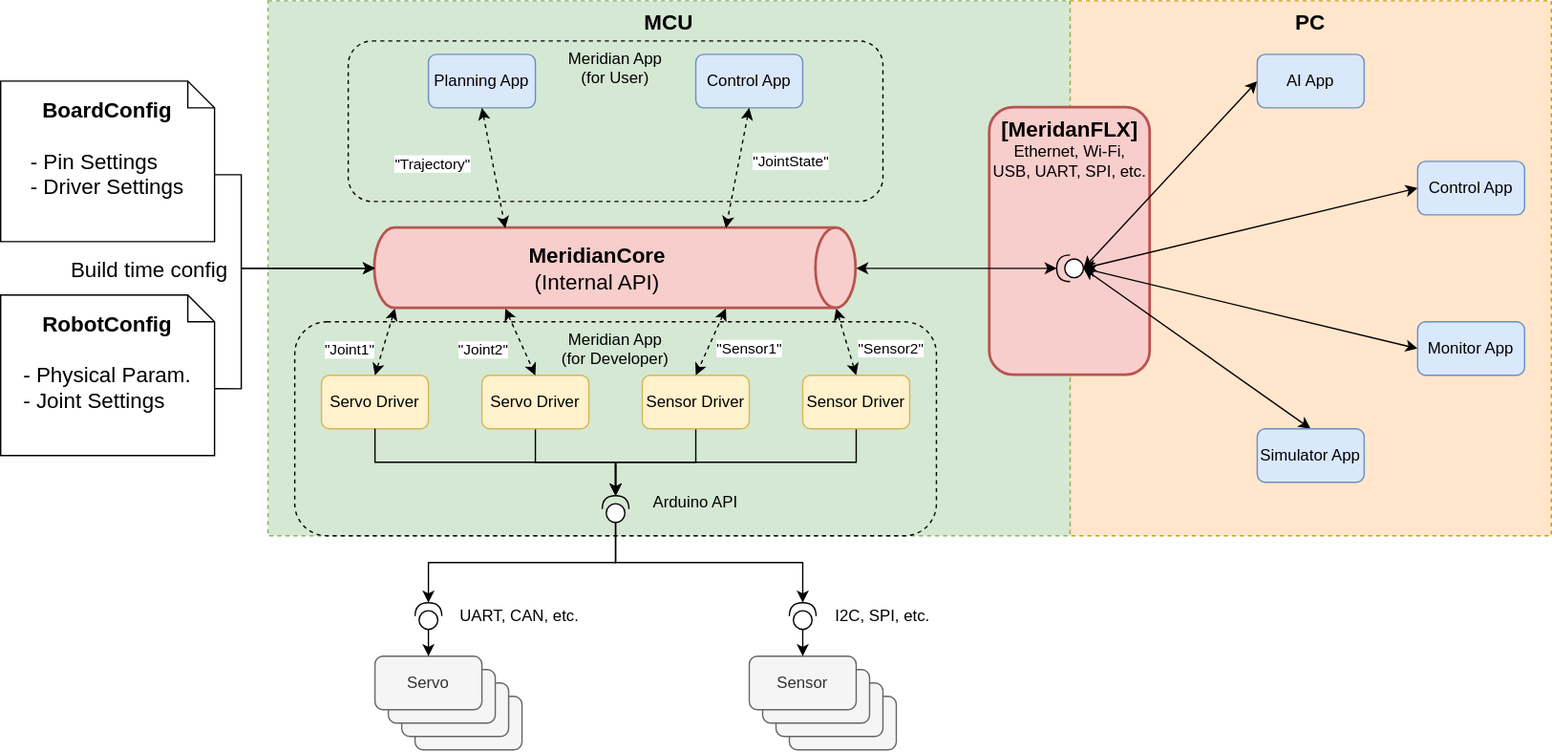
Before: docs/design/images/MeridanFLX-Communication.drawio.svg, a diagram exported from draw.io (meridian-oss/MeridianFLX). Source tidied: cells renumbered, new cells last; positions are measured from the earlier drawing's top-left corner, leaving out a move shared by most shapes.
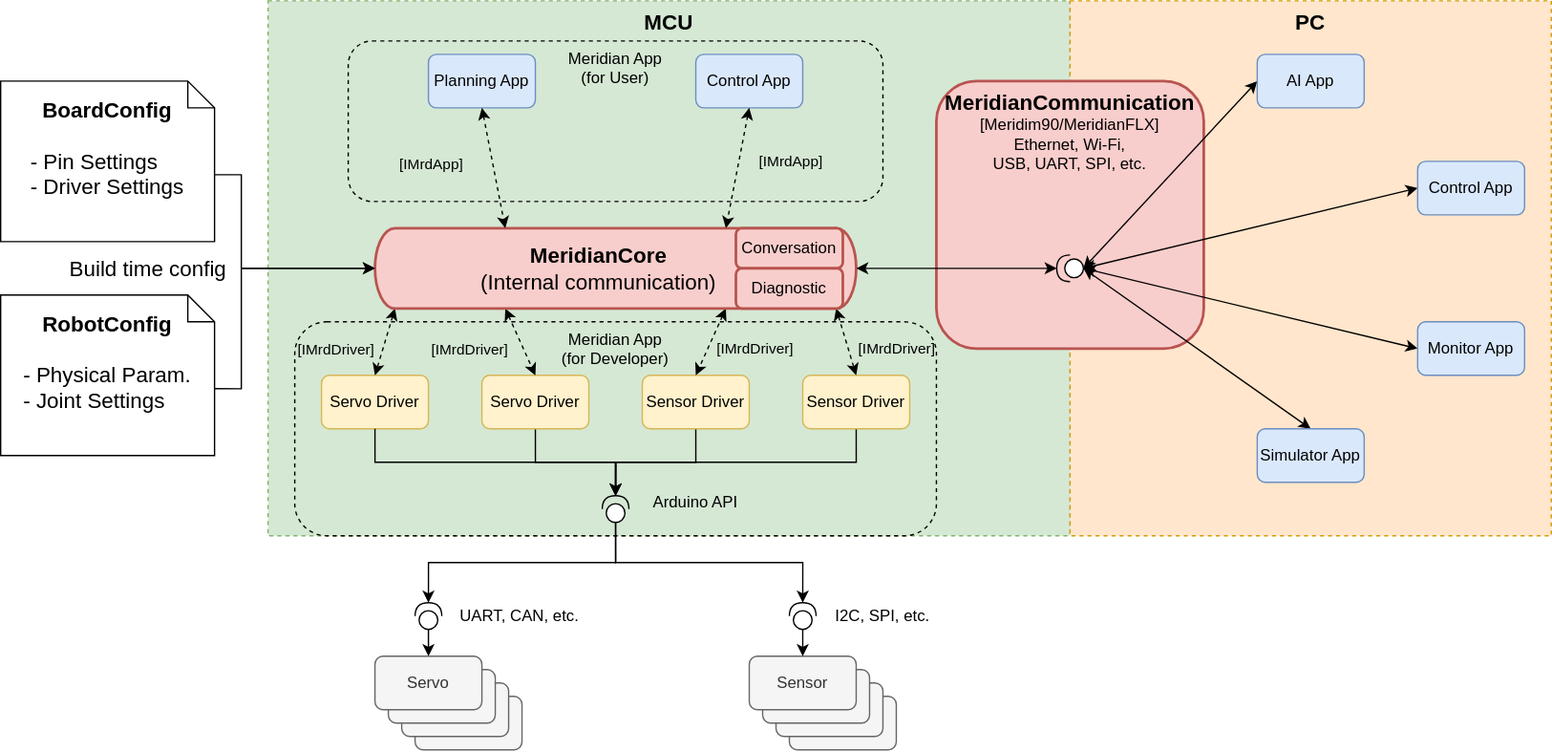
Later version of the same file.

Change to the diagram source:
```diff
@@ -2,14 +2,20 @@
   <root>
     <mxCell id="0" />
     <mxCell id="1" parent="0" />
+    <mxCell id="3" value="MCU" style="rounded=0;whiteSpace=wrap;html=1;align=center;verticalAlign=top;fillColor=#d5e8d4;dashed=1;strokeColor=#82b366;fontSize=16;fontStyle=1;" parent="1" vertex="1">
+      <mxGeometry x="200" width="600" height="400" as="geometry" />
+    </mxCell>
+    <mxCell id="58" value="Meridian App&lt;br&gt;(for Developer)" style="rounded=1;whiteSpace=wrap;html=1;fillColor=none;dashed=1;verticalAlign=top;" parent="1" vertex="1">
+      <mxGeometry x="220" y="240" width="480" height="160" as="geometry" />
+    </mxCell>
+    <mxCell id="57" value="Meridian App&lt;br&gt;(for User)" style="rounded=1;whiteSpace=wrap;html=1;fillColor=none;dashed=1;verticalAlign=top;" parent="1" vertex="1">
+      <mxGeometry x="260" y="30" width="400" height="120" as="geometry" />
+    </mxCell>
     <mxCell id="2" value="PC" style="rounded=0;whiteSpace=wrap;html=1;align=center;verticalAlign=top;fillColor=#ffe6cc;dashed=1;strokeColor=#d79b00;fontSize=16;fontStyle=1;" parent="1" vertex="1">
       <mxGeometry x="800" width="360" height="400" as="geometry" />
     </mxCell>
-    <mxCell id="3" value="MCU" style="rounded=0;whiteSpace=wrap;html=1;align=center;verticalAlign=top;fillColor=#d5e8d4;dashed=1;strokeColor=#82b366;fontSize=16;fontStyle=1;" parent="1" vertex="1">
-      <mxGeometry x="200" width="600" height="400" as="geometry" />
-    </mxCell>
-    <mxCell id="4" value="&lt;span style=&quot;font-size: 16px; font-weight: 700; text-wrap-mode: nowrap;&quot;&gt;[MeridanFLX]&lt;br&gt;&lt;/span&gt;&lt;span style=&quot;text-wrap-mode: nowrap;&quot;&gt;Ethernet, Wi-Fi,&lt;/span&gt;&lt;div&gt;&lt;span style=&quot;text-wrap-mode: nowrap;&quot;&gt;USB, UART, SPI, etc.&lt;/span&gt;&lt;/div&gt;" style="rounded=1;whiteSpace=wrap;html=1;fillColor=#f8cecc;strokeColor=#b85450;verticalAlign=top;strokeWidth=2;" parent="1" vertex="1">
-      <mxGeometry x="740" y="80" width="120" height="200" as="geometry" />
+    <mxCell id="4" value="&lt;span style=&quot;font-size: 16px; font-weight: 700; text-wrap-mode: nowrap;&quot;&gt;MeridianCommunication&lt;br&gt;&lt;/span&gt;&lt;span style=&quot;text-wrap-mode: nowrap;&quot;&gt;[Meridim90/MeridianFLX]&lt;br&gt;Ethernet, Wi-Fi,&lt;/span&gt;&lt;div&gt;&lt;span style=&quot;text-wrap-mode: nowrap;&quot;&gt;USB, UART, SPI, etc.&lt;/span&gt;&lt;/div&gt;" style="rounded=1;whiteSpace=wrap;html=1;fillColor=#f8cecc;strokeColor=#b85450;verticalAlign=top;strokeWidth=2;" parent="1" vertex="1">
+      <mxGeometry x="700" y="60" width="200" height="200" as="geometry" />
     </mxCell>
     <mxCell id="5" value="Servo Driver" style="rounded=1;whiteSpace=wrap;html=1;fillColor=#fff2cc;strokeColor=#d6b656;" parent="1" vertex="1">
       <mxGeometry x="240" y="280" width="80" height="40" as="geometry" />
@@ -112,7 +118,7 @@
     <mxCell id="34" value="&lt;span style=&quot;color: rgba(0, 0, 0, 0); font-family: monospace; font-size: 0px; text-align: start; background-color: rgb(236, 236, 236);&quot;&gt;%3CmxGraphModel%3E%3Croot%3E%3CmxCell%20id%3D%220%22%2F%3E%3CmxCell%20id%3D%221%22%20parent%3D%220%22%2F%3E%3CmxCell%20id%3D%222%22%20connectable%3D%220%22%20parent%3D%221%22%20style%3D%22edgeLabel%3Bhtml%3D1%3Balign%3Dcenter%3BverticalAlign%3Dmiddle%3Bresizable%3D0%3Bpoints%3D%5B%5D%3B%22%20value%3D%22%26quot%3BTrajectory%26quot%3B%22%20vertex%3D%221%22%3E%3CmxGeometry%20x%3D%22199.83333333333326%22%20y%3D%22185%22%20as%3D%22geometry%22%2F%3E%3C%2FmxCell%3E%3C%2Froot%3E%3C%2FmxGraphModel%3E&lt;/span&gt;" style="edgeLabel;html=1;align=center;verticalAlign=middle;" parent="33" vertex="1">
       <mxGeometry x="0.17" y="2" relative="1" as="geometry" />
     </mxCell>
-    <mxCell id="35" value="&quot;Joint1&quot;" style="edgeLabel;html=1;align=right;verticalAlign=middle;" parent="33" vertex="1">
+    <mxCell id="35" value="[IMrdDriver]" style="edgeLabel;html=1;align=right;verticalAlign=middle;labelBackgroundColor=none;" parent="33" vertex="1">
       <mxGeometry x="0.31" y="1" relative="1" as="geometry">
         <mxPoint x="-6" y="-3" as="offset" />
       </mxGeometry>
@@ -120,7 +126,7 @@
     <mxCell id="36" style="rounded=0;jettySize=auto;html=1;exitX=1;exitY=0;exitDx=0;exitDy=262.5;exitPerimeter=0;entryX=0.5;entryY=0;entryDx=0;entryDy=0;startArrow=classic;startFill=1;dashed=1;" parent="1" edge="1" source="42" target="12">
       <mxGeometry relative="1" as="geometry" />
     </mxCell>
-    <mxCell id="37" value="&quot;Joint2&quot;" style="edgeLabel;html=1;align=right;verticalAlign=middle;" parent="36" vertex="1">
+    <mxCell id="37" value="[IMrdDriver]" style="edgeLabel;html=1;align=right;verticalAlign=middle;labelBackgroundColor=none;" parent="36" vertex="1">
       <mxGeometry x="0.27" y="-1" relative="1" as="geometry">
         <mxPoint x="-11" y="-2" as="offset" />
       </mxGeometry>
@@ -128,7 +134,7 @@
     <mxCell id="38" style="rounded=0;jettySize=auto;html=1;exitX=1;exitY=0;exitDx=0;exitDy=97.5;exitPerimeter=0;entryX=0.5;entryY=0;entryDx=0;entryDy=0;startArrow=classic;startFill=1;dashed=1;" parent="1" edge="1" source="42" target="7">
       <mxGeometry relative="1" as="geometry" />
     </mxCell>
-    <mxCell id="39" value="&quot;Sensor1&quot;" style="edgeLabel;html=1;align=left;verticalAlign=middle;" parent="38" vertex="1">
+    <mxCell id="39" value="&lt;span style=&quot;text-align: right;&quot;&gt;[IMrdDriver]&lt;/span&gt;" style="edgeLabel;html=1;align=left;verticalAlign=middle;labelBackgroundColor=none;" parent="38" vertex="1">
       <mxGeometry x="0.36" relative="1" as="geometry">
         <mxPoint x="7" y="-4" as="offset" />
       </mxGeometry>
@@ -136,18 +142,18 @@
     <mxCell id="40" style="rounded=0;jettySize=auto;html=1;exitX=1;exitY=0;exitDx=0;exitDy=15;exitPerimeter=0;entryX=0.5;entryY=0;entryDx=0;entryDy=0;startArrow=classic;startFill=1;dashed=1;" parent="1" edge="1" source="42" target="10">
       <mxGeometry relative="1" as="geometry" />
     </mxCell>
-    <mxCell id="41" value="&quot;Sensor2&quot;" style="edgeLabel;html=1;align=left;verticalAlign=middle;" parent="40" vertex="1">
+    <mxCell id="41" value="&lt;span style=&quot;text-align: right;&quot;&gt;[IMrdDriver]&lt;/span&gt;" style="edgeLabel;html=1;align=left;verticalAlign=middle;labelBackgroundColor=none;" parent="40" vertex="1">
       <mxGeometry x="-0.12" y="-2" relative="1" as="geometry">
         <mxPoint x="10" y="7" as="offset" />
       </mxGeometry>
     </mxCell>
-    <mxCell id="42" value="&lt;span style=&quot;text-wrap-mode: nowrap;&quot;&gt;&lt;b&gt;MeridianCore&lt;/b&gt;&lt;/span&gt;&lt;br style=&quot;text-wrap-mode: nowrap;&quot;&gt;&lt;span style=&quot;text-wrap-mode: nowrap;&quot;&gt;(Internal API)&lt;/span&gt;" style="shape=cylinder3;whiteSpace=wrap;html=1;boundedLbl=1;backgroundOutline=1;size=15;rotation=90;horizontal=0;fillColor=#f8cecc;strokeColor=#b85450;fontSize=16;strokeWidth=2;" parent="1" vertex="1">
+    <mxCell id="42" value="&lt;span style=&quot;text-wrap-mode: nowrap;&quot;&gt;&lt;b&gt;MeridianCore&lt;/b&gt;&lt;/span&gt;&lt;br style=&quot;text-wrap-mode: nowrap;&quot;&gt;&lt;span style=&quot;text-wrap-mode: nowrap;&quot;&gt;(Internal communication)&lt;/span&gt;" style="shape=cylinder3;whiteSpace=wrap;html=1;boundedLbl=1;backgroundOutline=1;size=15;rotation=90;horizontal=0;fillColor=#f8cecc;strokeColor=#b85450;fontSize=16;strokeWidth=2;align=center;" parent="1" vertex="1">
       <mxGeometry x="430" y="20" width="60" height="360" as="geometry" />
     </mxCell>
     <mxCell id="43" style="rounded=0;jettySize=auto;html=1;exitX=0.5;exitY=1;exitDx=0;exitDy=0;entryX=0;entryY=0;entryDx=0;entryDy=262.5;entryPerimeter=0;startArrow=classic;startFill=1;dashed=1;" parent="1" edge="1" source="13" target="42">
       <mxGeometry relative="1" as="geometry" />
     </mxCell>
-    <mxCell id="44" value="&quot;Trajectory&quot;" style="edgeLabel;html=1;align=center;verticalAlign=middle;" parent="43" vertex="1">
+    <mxCell id="44" value="[IMrdApp]" style="edgeLabel;html=1;align=center;verticalAlign=middle;labelBackgroundColor=none;" parent="43" vertex="1">
       <mxGeometry x="-0.08" relative="1" as="geometry">
         <mxPoint x="-46" as="offset" />
       </mxGeometry>
@@ -155,7 +161,7 @@
     <mxCell id="45" style="rounded=0;jettySize=auto;html=1;exitX=0.5;exitY=1;exitDx=0;exitDy=0;entryX=0;entryY=0;entryDx=0;entryDy=97.5;entryPerimeter=0;startArrow=classic;startFill=1;dashed=1;" parent="1" edge="1" source="8" target="42">
       <mxGeometry relative="1" as="geometry" />
     </mxCell>
-    <mxCell id="46" value="&quot;JointState&quot;" style="edgeLabel;html=1;align=center;verticalAlign=middle;" parent="45" vertex="1">
+    <mxCell id="46" value="[IMrdApp]" style="edgeLabel;html=1;align=center;verticalAlign=middle;labelBackgroundColor=none;" parent="45" vertex="1">
       <mxGeometry x="-0.35" y="1" relative="1" as="geometry">
         <mxPoint x="35" y="10" as="offset" />
       </mxGeometry>
@@ -190,12 +196,6 @@
     <mxCell id="56" value="Monitor App" style="rounded=1;whiteSpace=wrap;html=1;fillColor=#dae8fc;strokeColor=#6c8ebf;" parent="1" vertex="1">
       <mxGeometry x="1060" y="240" width="80" height="40" as="geometry" />
     </mxCell>
-    <mxCell id="57" value="Meridian App&lt;br&gt;(for User)" style="rounded=1;whiteSpace=wrap;html=1;fillColor=none;dashed=1;verticalAlign=top;" parent="1" vertex="1">
-      <mxGeometry x="260" y="30" width="400" height="120" as="geometry" />
-    </mxCell>
-    <mxCell id="58" value="Meridian App&lt;br&gt;(for Developer)" style="rounded=1;whiteSpace=wrap;html=1;fillColor=none;dashed=1;verticalAlign=top;" parent="1" vertex="1">
-      <mxGeometry x="220" y="240" width="480" height="160" as="geometry" />
-    </mxCell>
     <mxCell id="59" value="BoardConfig&lt;br&gt;&lt;div style=&quot;text-align: left;&quot;&gt;&lt;span style=&quot;font-weight: normal; background-color: transparent; color: light-dark(rgb(0, 0, 0), rgb(255, 255, 255));&quot;&gt;&lt;br&gt;- Pin Settings&lt;/span&gt;&lt;/div&gt;&lt;div style=&quot;text-align: left;&quot;&gt;&lt;span style=&quot;font-weight: 400;&quot;&gt;- Driver Settings&lt;/span&gt;&lt;/div&gt;&lt;div style=&quot;text-align: left;&quot;&gt;&lt;br&gt;&lt;/div&gt;" style="shape=note;size=20;whiteSpace=wrap;html=1;fontSize=16;fontStyle=1;" parent="1" vertex="1">
       <mxGeometry y="60" width="160" height="120" as="geometry" />
     </mxCell>
@@ -224,5 +224,11 @@
         <mxPoint x="-120" y="2" as="offset" />
       </mxGeometry>
     </mxCell>
+    <mxCell id="64" value="Conversation" style="rounded=1;whiteSpace=wrap;html=1;fillColor=#f8cecc;strokeColor=#b85450;strokeWidth=2;" parent="1" vertex="1">
+      <mxGeometry x="550" y="170" width="80" height="30" as="geometry" />
+    </mxCell>
+    <mxCell id="65" value="Diagnostic" style="rounded=1;whiteSpace=wrap;html=1;fillColor=#f8cecc;strokeColor=#b85450;strokeWidth=2;" parent="1" vertex="1">
+      <mxGeometry x="550" y="200" width="80" height="30" as="geometry" />
+    </mxCell>
   </root>
 </mxGraphModel>
```
